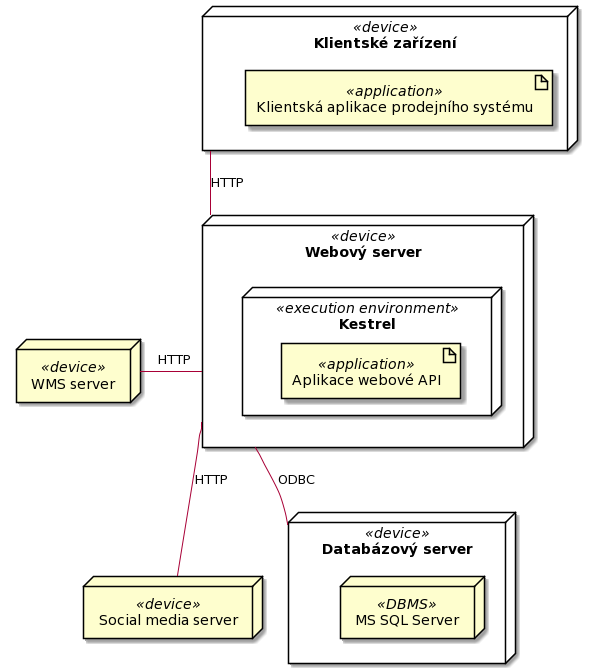
The PlantUML diagram dokumentace architektury/architektura 1/assets/prodejni_system_deployment_diagram.png in MichalMoudry/4IT575-seminarni-prace, before a commit.
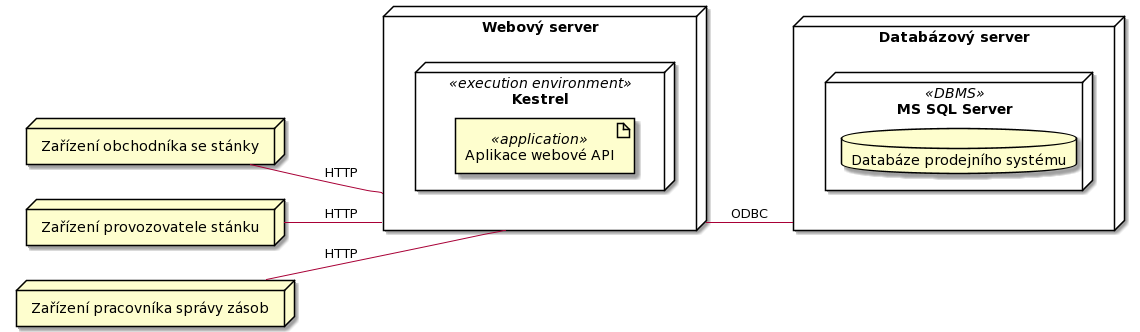
After the change.

Commit message:
Updated component and deployment diagram

The edit, as a diff of the source:
```diff
@@ -1,11 +1,13 @@
 @startuml
-node "Klientské zařízení" as client <<device>> {
+left to right direction
 
-artifact "Klientská aplikace prodejního systému" <<application>>
+node "Zařízení obchodníka se stánky" as StandsOwnerDevice
 
-}
+node "Zařízení provozovatele stánku" as StandManagerDevice
 
-node "Webový server" as webServer <<device>> {
+node "Zařízení pracovníka správy zásob" as WarehouseWorkerDevice
+
+node "Webový server" as WebServer {
 
 node Kestrel <<execution environment>> {
 
@@ -15,21 +17,21 @@
 
 }
 
-node "Databázový server" as dbServer <<device>> {
+StandsOwnerDevice -- WebServer : HTTP
 
-node "MS SQL Server" <<DBMS>>
+StandManagerDevice -- WebServer : HTTP
+
+WarehouseWorkerDevice -- WebServer : HTTP
+
+node "Databázový server" as DbServer {
+
+node "MS SQL Server" <<DBMS>> {
+
+database "Databáze prodejního systému"
 
 }
 
-node "WMS server" as wmsServer <<device>>
+}
 
-node "Social media server" as socialMediaServer <<device>>
-
-client -- webServer : "HTTP"
-
-webServer -- dbServer : "ODBC"
-
-webServer -left- wmsServer : "HTTP"
-
-webServer -- socialMediaServer : "HTTP"
+WebServer -- DbServer : ODBC
 @enduml
```
